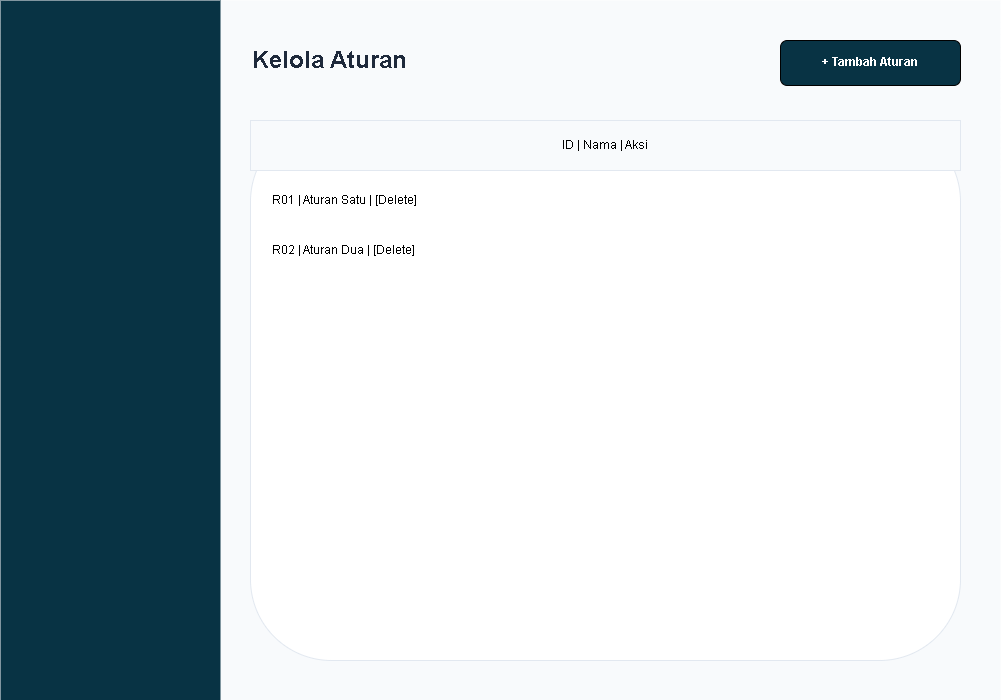
This is diagram/desain/admin_aturan.png from Jinsky/Jinsky, a draw.io export, as it was before one commit. Source tidied: cells renumbered, new cells last; positions are measured from the earlier drawing's top-left corner, leaving out a move shared by most shapes. Its diagram source:
```xml
<mxGraphModel>
  <root>
    <mxCell id="0" />
    <mxCell id="1" parent="0" />
    <mxCell id="2" style="rounded=0;whiteSpace=wrap;html=1;fillColor=#f8fafc;strokeColor=none;" parent="1" vertex="1">
      <mxGeometry width="1000" height="700" as="geometry" />
    </mxCell>
    <mxCell id="3" style="rounded=0;whiteSpace=wrap;html=1;fillColor=#083344;strokeColor=none;" parent="1" vertex="1">
      <mxGeometry width="220" height="700" as="geometry" />
    </mxCell>
    <mxCell id="4" value="&lt;b&gt;Kelola Aturan&lt;/b&gt;" style="text;html=1;strokeColor=none;fillColor=none;align=left;verticalAlign=middle;whiteSpace=wrap;rounded=0;fontSize=24;fontColor=#1e293b;" parent="1" vertex="1">
      <mxGeometry x="250" y="40" width="400" height="40" as="geometry" />
    </mxCell>
    <mxCell id="5" value="+ Tambah Aturan" style="rounded=0;whiteSpace=wrap;html=1;fillColor=#083344;fontColor=#ffffff;rounded=1;fontStyle=1;" parent="1" vertex="1">
      <mxGeometry x="780" y="40" width="180" height="45" as="geometry" />
    </mxCell>
    <mxCell id="6" style="rounded=0;whiteSpace=wrap;html=1;fillColor=#ffffff;rounded=1;strokeColor=#e2e8f0;" parent="1" vertex="1">
      <mxGeometry x="250" y="120" width="710" height="540" as="geometry" />
    </mxCell>
    <mxCell id="7" value="ID | Nama | Aksi" style="rounded=0;whiteSpace=wrap;html=1;fillColor=#f8fafc;strokeColor=#e2e8f0;" parent="1" vertex="1">
      <mxGeometry x="250" y="120" width="710" height="50" as="geometry" />
    </mxCell>
    <mxCell id="8" value="R01 | Aturan Satu | [Delete]" style="text;html=1;strokeColor=none;fillColor=none;align=left;verticalAlign=middle;whiteSpace=wrap;rounded=0;" parent="1" vertex="1">
      <mxGeometry x="270" y="180" width="670" height="40" as="geometry" />
    </mxCell>
    <mxCell id="9" value="R02 | Aturan Dua | [Delete]" style="text;html=1;strokeColor=none;fillColor=none;align=left;verticalAlign=middle;whiteSpace=wrap;rounded=0;" parent="1" vertex="1">
      <mxGeometry x="270" y="230" width="670" height="40" as="geometry" />
    </mxCell>
  </root>
</mxGraphModel>
```
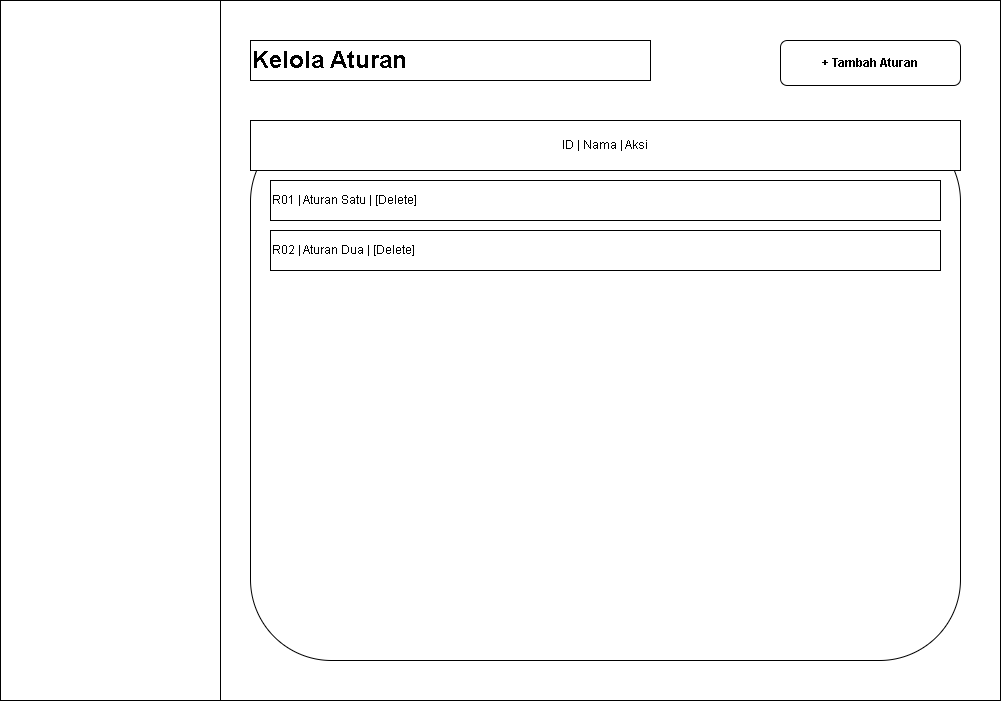
After the change.

What changed in the source:
```diff
@@ -2,28 +2,28 @@
   <root>
     <mxCell id="0" />
     <mxCell id="1" parent="0" />
-    <mxCell id="2" style="rounded=0;whiteSpace=wrap;html=1;fillColor=#f8fafc;strokeColor=none;" parent="1" vertex="1">
+    <mxCell id="2" style="rounded=0;whiteSpace=wrap;html=1;fillColor=#ffffff;strokeColor=#000000;fontColor=#000000;" parent="1" vertex="1">
       <mxGeometry width="1000" height="700" as="geometry" />
     </mxCell>
-    <mxCell id="3" style="rounded=0;whiteSpace=wrap;html=1;fillColor=#083344;strokeColor=none;" parent="1" vertex="1">
+    <mxCell id="3" style="rounded=0;whiteSpace=wrap;html=1;fillColor=#ffffff;strokeColor=#000000;fontColor=#000000;" parent="1" vertex="1">
       <mxGeometry width="220" height="700" as="geometry" />
     </mxCell>
-    <mxCell id="4" value="&lt;b&gt;Kelola Aturan&lt;/b&gt;" style="text;html=1;strokeColor=none;fillColor=none;align=left;verticalAlign=middle;whiteSpace=wrap;rounded=0;fontSize=24;fontColor=#1e293b;" parent="1" vertex="1">
+    <mxCell id="4" value="&lt;b&gt;Kelola Aturan&lt;/b&gt;" style="text;html=1;strokeColor=#000000;fillColor=none;align=left;verticalAlign=middle;whiteSpace=wrap;rounded=0;fontSize=24;fontColor=#000000;" parent="1" vertex="1">
       <mxGeometry x="250" y="40" width="400" height="40" as="geometry" />
     </mxCell>
-    <mxCell id="5" value="+ Tambah Aturan" style="rounded=0;whiteSpace=wrap;html=1;fillColor=#083344;fontColor=#ffffff;rounded=1;fontStyle=1;" parent="1" vertex="1">
+    <mxCell id="5" value="+ Tambah Aturan" style="rounded=1;whiteSpace=wrap;html=1;fillColor=#ffffff;fontColor=#000000;fontStyle=1;strokeColor=#000000;" parent="1" vertex="1">
       <mxGeometry x="780" y="40" width="180" height="45" as="geometry" />
     </mxCell>
-    <mxCell id="6" style="rounded=0;whiteSpace=wrap;html=1;fillColor=#ffffff;rounded=1;strokeColor=#e2e8f0;" parent="1" vertex="1">
+    <mxCell id="6" style="rounded=1;whiteSpace=wrap;html=1;fillColor=#ffffff;strokeColor=#000000;fontColor=#000000;" parent="1" vertex="1">
       <mxGeometry x="250" y="120" width="710" height="540" as="geometry" />
     </mxCell>
-    <mxCell id="7" value="ID | Nama | Aksi" style="rounded=0;whiteSpace=wrap;html=1;fillColor=#f8fafc;strokeColor=#e2e8f0;" parent="1" vertex="1">
+    <mxCell id="7" value="ID | Nama | Aksi" style="rounded=0;whiteSpace=wrap;html=1;fillColor=#ffffff;strokeColor=#000000;fontColor=#000000;" parent="1" vertex="1">
       <mxGeometry x="250" y="120" width="710" height="50" as="geometry" />
     </mxCell>
-    <mxCell id="8" value="R01 | Aturan Satu | [Delete]" style="text;html=1;strokeColor=none;fillColor=none;align=left;verticalAlign=middle;whiteSpace=wrap;rounded=0;" parent="1" vertex="1">
+    <mxCell id="8" value="R01 | Aturan Satu | [Delete]" style="text;html=1;strokeColor=#000000;fillColor=none;align=left;verticalAlign=middle;whiteSpace=wrap;rounded=0;fontColor=#000000;" parent="1" vertex="1">
       <mxGeometry x="270" y="180" width="670" height="40" as="geometry" />
     </mxCell>
-    <mxCell id="9" value="R02 | Aturan Dua | [Delete]" style="text;html=1;strokeColor=none;fillColor=none;align=left;verticalAlign=middle;whiteSpace=wrap;rounded=0;" parent="1" vertex="1">
+    <mxCell id="9" value="R02 | Aturan Dua | [Delete]" style="text;html=1;strokeColor=#000000;fillColor=none;align=left;verticalAlign=middle;whiteSpace=wrap;rounded=0;fontColor=#000000;" parent="1" vertex="1">
       <mxGeometry x="270" y="230" width="670" height="40" as="geometry" />
     </mxCell>
   </root>
```
